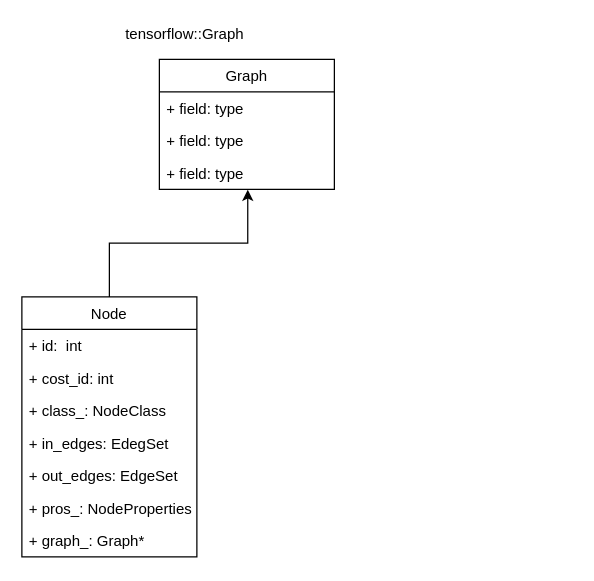
Before: page "Page-2" (2 of 2) of Untitled Diagram.drawio in wffpy/tensorflow-internals, a draw.io diagram. Source tidied: cells renumbered, new cells numbered last; positions are measured from the earlier drawing's top-left corner, leaving out a move shared by most shapes. Both pictures are drawn from the tidied source at 125%, with x=0, y=0 at pixel (21, 21).
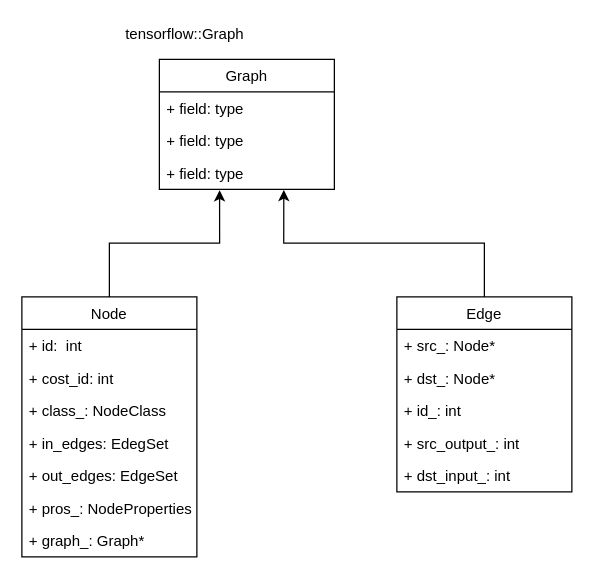
The same page after the edit.

Commit message:
Edge Class

Unchanged cells that the change refers to:
```xml
<mxCell id="3" value="Node" style="swimlane;fontStyle=0;horizontal=1;startSize=26;fillColor=none;" parent="1" vertex="1">
  <mxGeometry y="220" width="140" height="208" as="geometry" />
</mxCell>
<mxCell id="14" value="+ field: type" style="text;strokeColor=none;fillColor=none;align=left;verticalAlign=top;spacingLeft=4;spacingRight=4;overflow=hidden;points=[[0,0.5],[1,0.5]];portConstraint=eastwest;" parent="11" vertex="1">
  <mxGeometry y="78" width="140" height="26" as="geometry" />
</mxCell>
```

What changed in the source:
```diff
@@
-    <mxCell id="2" style="edgeStyle=orthogonalEdgeStyle;rounded=0;jettySize=auto;html=1;exitX=0.5;exitY=0;exitDx=0;exitDy=0;entryX=0.505;entryY=1.011;entryDx=0;entryDy=0;entryPerimeter=0;" parent="1" edge="1" source="3" target="14">
+    <mxCell id="2" style="edgeStyle=orthogonalEdgeStyle;rounded=0;jettySize=auto;html=1;exitX=0.5;exitY=0;exitDx=0;exitDy=0;entryX=0.344;entryY=1.026;entryDx=0;entryDy=0;entryPerimeter=0;" parent="1" edge="1" source="3" target="14">
       <mxGeometry relative="1" as="geometry" />
     </mxCell>
@@
+    <mxCell id="16" style="edgeStyle=orthogonalEdgeStyle;rounded=0;jettySize=auto;html=1;exitX=0.5;exitY=0;exitDx=0;exitDy=0;entryX=0.711;entryY=1.016;entryDx=0;entryDy=0;entryPerimeter=0;" parent="1" edge="1" source="17" target="14">
+      <mxGeometry relative="1" as="geometry" />
+    </mxCell>
+    <mxCell id="17" value="Edge" style="swimlane;fontStyle=0;horizontal=1;startSize=26;fillColor=none;" parent="1" vertex="1">
+      <mxGeometry x="300" y="220" width="140" height="156" as="geometry" />
+    </mxCell>
+    <mxCell id="18" value="+ src_: Node*" style="text;strokeColor=none;fillColor=none;align=left;verticalAlign=top;spacingLeft=4;spacingRight=4;overflow=hidden;" parent="17" vertex="1">
+      <mxGeometry y="26" width="140" height="26" as="geometry" />
+    </mxCell>
+    <mxCell id="19" value="+ dst_: Node*" style="text;strokeColor=none;fillColor=none;align=left;verticalAlign=top;spacingLeft=4;spacingRight=4;overflow=hidden;" parent="17" vertex="1">
+      <mxGeometry y="52" width="140" height="26" as="geometry" />
+    </mxCell>
+    <mxCell id="20" value="+ id_: int" style="text;strokeColor=none;fillColor=none;align=left;verticalAlign=top;spacingLeft=4;spacingRight=4;overflow=hidden;" parent="17" vertex="1">
+      <mxGeometry y="78" width="140" height="26" as="geometry" />
+    </mxCell>
+    <mxCell id="21" value="+ src_output_: int" style="text;strokeColor=none;fillColor=none;align=left;verticalAlign=top;spacingLeft=4;spacingRight=4;overflow=hidden;" parent="17" vertex="1">
+      <mxGeometry y="104" width="140" height="26" as="geometry" />
+    </mxCell>
+    <mxCell id="22" value="+ dst_input_: int" style="text;strokeColor=none;fillColor=none;align=left;verticalAlign=top;spacingLeft=4;spacingRight=4;overflow=hidden;" parent="17" vertex="1">
+      <mxGeometry y="130" width="140" height="26" as="geometry" />
+    </mxCell>
```
